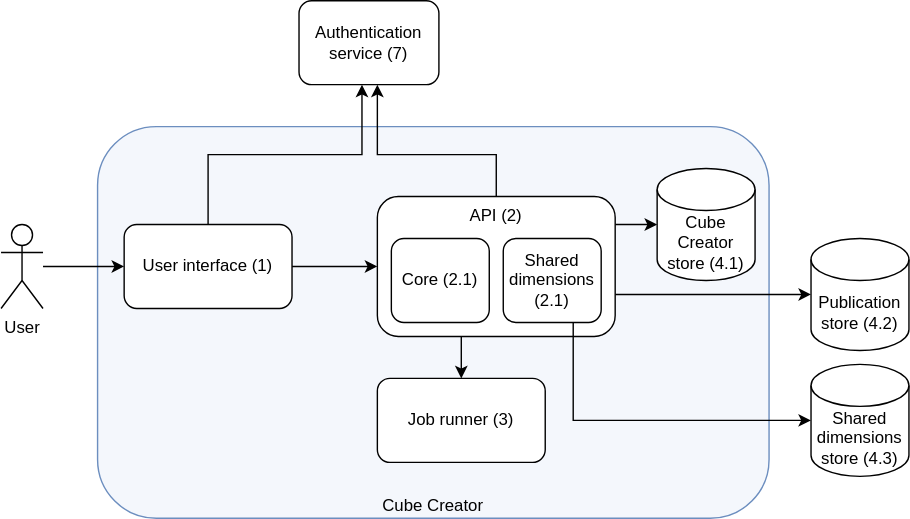
zazuko/cube-creator keeps this draw.io diagram as docs/high-level-architecture.svg. Above is the earlier version. Source tidied: cells renumbered, new cells last; positions are measured from the earlier drawing's top-left corner, leaving out a move shared by most shapes. The source it was exported from:
```xml
<mxGraphModel>
  <root>
    <mxCell id="0" />
    <mxCell id="1" parent="0" />
    <mxCell id="2" value="Cube Creator" style="rounded=1;whiteSpace=wrap;html=1;strokeColor=#6c8ebf;fillColor=#F4F7FC;verticalAlign=bottom;" parent="1" vertex="1">
      <mxGeometry x="69" y="90" width="480" height="280" as="geometry" />
    </mxCell>
    <mxCell id="3" style="edgeStyle=orthogonalEdgeStyle;rounded=0;jettySize=auto;html=1;" parent="1" edge="1" source="5" target="11">
      <mxGeometry relative="1" as="geometry">
        <Array as="points">
          <mxPoint x="148" y="110" />
          <mxPoint x="258" y="110" />
        </Array>
      </mxGeometry>
    </mxCell>
    <mxCell id="4" style="edgeStyle=orthogonalEdgeStyle;rounded=0;jettySize=auto;html=1;entryX=0;entryY=0.5;entryDx=0;entryDy=0;" parent="1" edge="1" source="5" target="17">
      <mxGeometry relative="1" as="geometry" />
    </mxCell>
    <mxCell id="5" value="User interface (1)" style="rounded=1;whiteSpace=wrap;html=1;" parent="1" vertex="1">
      <mxGeometry x="88" y="160" width="120" height="60" as="geometry" />
    </mxCell>
    <mxCell id="6" style="edgeStyle=orthogonalEdgeStyle;rounded=0;jettySize=auto;html=1;" parent="1" edge="1" source="17" target="8">
      <mxGeometry relative="1" as="geometry">
        <Array as="points">
          <mxPoint x="329" y="250" />
          <mxPoint x="329" y="250" />
        </Array>
      </mxGeometry>
    </mxCell>
    <mxCell id="7" style="edgeStyle=orthogonalEdgeStyle;rounded=0;jettySize=auto;html=1;" parent="1" edge="1" source="17" target="11">
      <mxGeometry relative="1" as="geometry">
        <Array as="points">
          <mxPoint x="354" y="110" />
          <mxPoint x="269" y="110" />
        </Array>
      </mxGeometry>
    </mxCell>
    <mxCell id="8" value="Job runner (3)" style="rounded=1;whiteSpace=wrap;html=1;" parent="1" vertex="1">
      <mxGeometry x="269" y="270" width="120" height="60" as="geometry" />
    </mxCell>
    <mxCell id="9" style="edgeStyle=orthogonalEdgeStyle;rounded=0;jettySize=auto;html=1;entryX=0;entryY=0.5;entryDx=0;entryDy=0;" parent="1" edge="1" source="10" target="5">
      <mxGeometry relative="1" as="geometry" />
    </mxCell>
    <mxCell id="10" value="User" style="shape=umlActor;verticalLabelPosition=bottom;verticalAlign=top;html=1;outlineConnect=0;" parent="1" vertex="1">
      <mxGeometry y="160" width="30" height="60" as="geometry" />
    </mxCell>
    <mxCell id="11" value="Authentication service (7)" style="rounded=1;whiteSpace=wrap;html=1;" parent="1" vertex="1">
      <mxGeometry x="213" width="100" height="60" as="geometry" />
    </mxCell>
    <mxCell id="12" value="Cube Creator store (4.1)" style="shape=cylinder3;whiteSpace=wrap;html=1;boundedLbl=1;backgroundOutline=1;size=15;" parent="1" vertex="1">
      <mxGeometry x="469" y="120" width="70" height="80" as="geometry" />
    </mxCell>
    <mxCell id="13" value="Publication store (4.2)" style="shape=cylinder3;whiteSpace=wrap;html=1;boundedLbl=1;backgroundOutline=1;size=15;" parent="1" vertex="1">
      <mxGeometry x="579" y="170" width="70" height="80" as="geometry" />
    </mxCell>
    <mxCell id="14" value="Shared dimensions store (4.3)" style="shape=cylinder3;whiteSpace=wrap;html=1;boundedLbl=1;backgroundOutline=1;size=15;" parent="1" vertex="1">
      <mxGeometry x="579" y="260" width="70" height="80" as="geometry" />
    </mxCell>
    <mxCell id="15" style="edgeStyle=orthogonalEdgeStyle;rounded=0;jettySize=auto;html=1;" parent="1" edge="1" source="17" target="13">
      <mxGeometry relative="1" as="geometry">
        <Array as="points">
          <mxPoint x="509" y="210" />
          <mxPoint x="509" y="210" />
        </Array>
      </mxGeometry>
    </mxCell>
    <mxCell id="16" style="edgeStyle=orthogonalEdgeStyle;rounded=0;jettySize=auto;html=1;" parent="1" edge="1" source="17" target="12">
      <mxGeometry relative="1" as="geometry">
        <Array as="points">
          <mxPoint x="449" y="160" />
          <mxPoint x="449" y="160" />
        </Array>
      </mxGeometry>
    </mxCell>
    <mxCell id="17" value="API (2)" style="rounded=1;whiteSpace=wrap;html=1;verticalAlign=top;" parent="1" vertex="1">
      <mxGeometry x="269" y="140" width="170" height="100" as="geometry" />
    </mxCell>
    <mxCell id="18" value="Core (2.1)" style="rounded=1;whiteSpace=wrap;html=1;" parent="1" vertex="1">
      <mxGeometry x="279" y="170" width="70" height="60" as="geometry" />
    </mxCell>
    <mxCell id="19" style="edgeStyle=orthogonalEdgeStyle;rounded=0;jettySize=auto;html=1;" parent="1" edge="1" source="20" target="14">
      <mxGeometry relative="1" as="geometry">
        <Array as="points">
          <mxPoint x="409" y="300" />
        </Array>
      </mxGeometry>
    </mxCell>
    <mxCell id="20" value="Shared dimensions (2.1)" style="rounded=1;whiteSpace=wrap;html=1;" parent="1" vertex="1">
      <mxGeometry x="359" y="170" width="70" height="60" as="geometry" />
    </mxCell>
  </root>
</mxGraphModel>
```
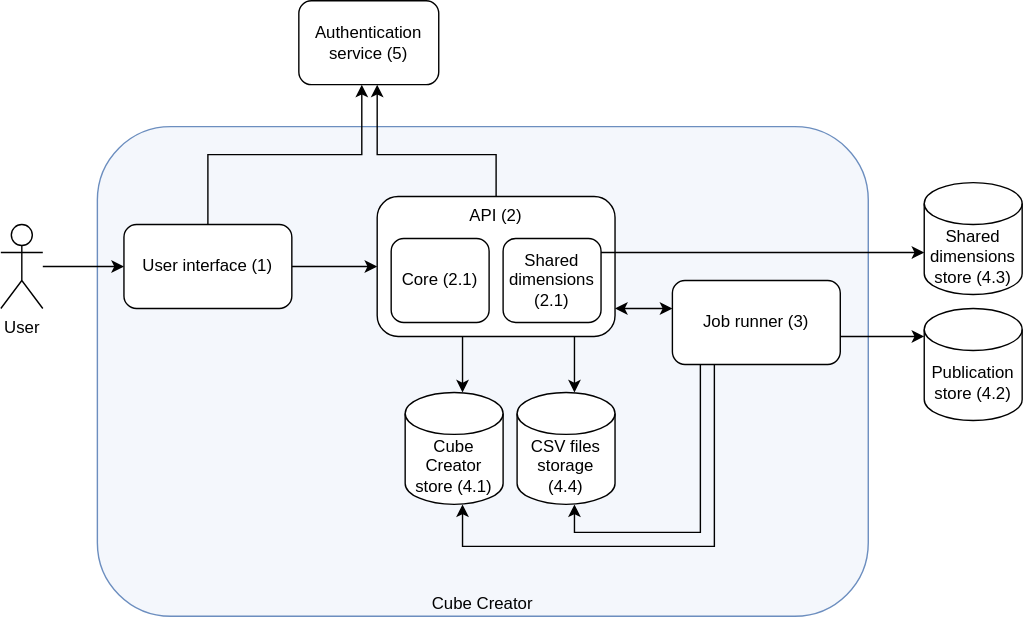
After the change.

Commit message:
docs: add missing CSV file storage in diagram

What changed in the source:
```diff
@@ -3,7 +3,7 @@
     <mxCell id="0" />
     <mxCell id="1" parent="0" />
     <mxCell id="2" value="Cube Creator" style="rounded=1;whiteSpace=wrap;html=1;strokeColor=#6c8ebf;fillColor=#F4F7FC;verticalAlign=bottom;" parent="1" vertex="1">
-      <mxGeometry x="69" y="90" width="480" height="280" as="geometry" />
+      <mxGeometry x="69" y="90" width="551" height="350" as="geometry" />
     </mxCell>
     <mxCell id="3" style="edgeStyle=orthogonalEdgeStyle;rounded=0;jettySize=auto;html=1;" parent="1" edge="1" source="5" target="11">
       <mxGeometry relative="1" as="geometry">
@@ -19,14 +19,6 @@
     <mxCell id="5" value="User interface (1)" style="rounded=1;whiteSpace=wrap;html=1;" parent="1" vertex="1">
       <mxGeometry x="88" y="160" width="120" height="60" as="geometry" />
     </mxCell>
-    <mxCell id="6" style="edgeStyle=orthogonalEdgeStyle;rounded=0;jettySize=auto;html=1;" parent="1" edge="1" source="17" target="8">
-      <mxGeometry relative="1" as="geometry">
-        <Array as="points">
-          <mxPoint x="329" y="250" />
-          <mxPoint x="329" y="250" />
-        </Array>
-      </mxGeometry>
-    </mxCell>
     <mxCell id="7" style="edgeStyle=orthogonalEdgeStyle;rounded=0;jettySize=auto;html=1;" parent="1" edge="1" source="17" target="11">
       <mxGeometry relative="1" as="geometry">
         <Array as="points">
@@ -35,8 +27,32 @@
         </Array>
       </mxGeometry>
     </mxCell>
+    <mxCell id="21" style="edgeStyle=orthogonalEdgeStyle;rounded=0;jettySize=auto;html=1;startArrow=none;startFill=0;" parent="1" edge="1" source="8" target="13">
+      <mxGeometry relative="1" as="geometry">
+        <Array as="points">
+          <mxPoint x="640" y="240" />
+          <mxPoint x="640" y="240" />
+        </Array>
+      </mxGeometry>
+    </mxCell>
+    <mxCell id="22" style="edgeStyle=orthogonalEdgeStyle;rounded=0;jettySize=auto;html=1;startArrow=none;startFill=0;" parent="1" edge="1" source="8" target="25">
+      <mxGeometry relative="1" as="geometry">
+        <Array as="points">
+          <mxPoint x="500" y="380" />
+          <mxPoint x="410" y="380" />
+        </Array>
+      </mxGeometry>
+    </mxCell>
+    <mxCell id="23" style="edgeStyle=orthogonalEdgeStyle;rounded=0;jettySize=auto;html=1;startArrow=none;startFill=0;" parent="1" edge="1" source="8" target="12">
+      <mxGeometry relative="1" as="geometry">
+        <Array as="points">
+          <mxPoint x="510" y="390" />
+          <mxPoint x="330" y="390" />
+        </Array>
+      </mxGeometry>
+    </mxCell>
     <mxCell id="8" value="Job runner (3)" style="rounded=1;whiteSpace=wrap;html=1;" parent="1" vertex="1">
-      <mxGeometry x="269" y="270" width="120" height="60" as="geometry" />
+      <mxGeometry x="480" y="200" width="120" height="60" as="geometry" />
     </mxCell>
     <mxCell id="9" style="edgeStyle=orthogonalEdgeStyle;rounded=0;jettySize=auto;html=1;entryX=0;entryY=0.5;entryDx=0;entryDy=0;" parent="1" edge="1" source="10" target="5">
       <mxGeometry relative="1" as="geometry" />
@@ -44,34 +60,42 @@
     <mxCell id="10" value="User" style="shape=umlActor;verticalLabelPosition=bottom;verticalAlign=top;html=1;outlineConnect=0;" parent="1" vertex="1">
       <mxGeometry y="160" width="30" height="60" as="geometry" />
     </mxCell>
-    <mxCell id="11" value="Authentication service (7)" style="rounded=1;whiteSpace=wrap;html=1;" parent="1" vertex="1">
+    <mxCell id="11" value="Authentication service (5)" style="rounded=1;whiteSpace=wrap;html=1;" parent="1" vertex="1">
       <mxGeometry x="213" width="100" height="60" as="geometry" />
     </mxCell>
     <mxCell id="12" value="Cube Creator store (4.1)" style="shape=cylinder3;whiteSpace=wrap;html=1;boundedLbl=1;backgroundOutline=1;size=15;" parent="1" vertex="1">
-      <mxGeometry x="469" y="120" width="70" height="80" as="geometry" />
+      <mxGeometry x="289" y="280" width="70" height="80" as="geometry" />
     </mxCell>
     <mxCell id="13" value="Publication store (4.2)" style="shape=cylinder3;whiteSpace=wrap;html=1;boundedLbl=1;backgroundOutline=1;size=15;" parent="1" vertex="1">
-      <mxGeometry x="579" y="170" width="70" height="80" as="geometry" />
+      <mxGeometry x="660" y="220" width="70" height="80" as="geometry" />
     </mxCell>
     <mxCell id="14" value="Shared dimensions store (4.3)" style="shape=cylinder3;whiteSpace=wrap;html=1;boundedLbl=1;backgroundOutline=1;size=15;" parent="1" vertex="1">
-      <mxGeometry x="579" y="260" width="70" height="80" as="geometry" />
+      <mxGeometry x="660" y="130" width="70" height="80" as="geometry" />
     </mxCell>
-    <mxCell id="15" style="edgeStyle=orthogonalEdgeStyle;rounded=0;jettySize=auto;html=1;" parent="1" edge="1" source="17" target="13">
-      <mxGeometry relative="1" as="geometry">
-        <Array as="points">
-          <mxPoint x="509" y="210" />
-          <mxPoint x="509" y="210" />
-        </Array>
-      </mxGeometry>
-    </mxCell>
     <mxCell id="16" style="edgeStyle=orthogonalEdgeStyle;rounded=0;jettySize=auto;html=1;" parent="1" edge="1" source="17" target="12">
       <mxGeometry relative="1" as="geometry">
         <Array as="points">
-          <mxPoint x="449" y="160" />
-          <mxPoint x="449" y="160" />
+          <mxPoint x="330" y="260" />
+          <mxPoint x="330" y="260" />
         </Array>
       </mxGeometry>
     </mxCell>
+    <mxCell id="24" style="edgeStyle=orthogonalEdgeStyle;rounded=0;jettySize=auto;html=1;" parent="1" edge="1" source="17" target="25">
+      <mxGeometry relative="1" as="geometry">
+        <Array as="points">
+          <mxPoint x="410" y="260" />
+          <mxPoint x="410" y="260" />
+        </Array>
+      </mxGeometry>
+    </mxCell>
+    <mxCell id="6" style="edgeStyle=orthogonalEdgeStyle;rounded=0;jettySize=auto;html=1;startArrow=classic;startFill=1;" parent="1" edge="1" source="17" target="8">
+      <mxGeometry relative="1" as="geometry">
+        <Array as="points">
+          <mxPoint x="460" y="220" />
+          <mxPoint x="460" y="220" />
+        </Array>
+      </mxGeometry>
+    </mxCell>
     <mxCell id="17" value="API (2)" style="rounded=1;whiteSpace=wrap;html=1;verticalAlign=top;" parent="1" vertex="1">
       <mxGeometry x="269" y="140" width="170" height="100" as="geometry" />
     </mxCell>
@@ -81,12 +105,16 @@
     <mxCell id="19" style="edgeStyle=orthogonalEdgeStyle;rounded=0;jettySize=auto;html=1;" parent="1" edge="1" source="20" target="14">
       <mxGeometry relative="1" as="geometry">
         <Array as="points">
-          <mxPoint x="409" y="300" />
+          <mxPoint x="550" y="180" />
+          <mxPoint x="550" y="180" />
         </Array>
       </mxGeometry>
     </mxCell>
     <mxCell id="20" value="Shared dimensions (2.1)" style="rounded=1;whiteSpace=wrap;html=1;" parent="1" vertex="1">
       <mxGeometry x="359" y="170" width="70" height="60" as="geometry" />
     </mxCell>
+    <mxCell id="25" value="CSV files storage (4.4)" style="shape=cylinder3;whiteSpace=wrap;html=1;boundedLbl=1;backgroundOutline=1;size=15;" parent="1" vertex="1">
+      <mxGeometry x="369" y="280" width="70" height="80" as="geometry" />
+    </mxCell>
   </root>
 </mxGraphModel>
```
